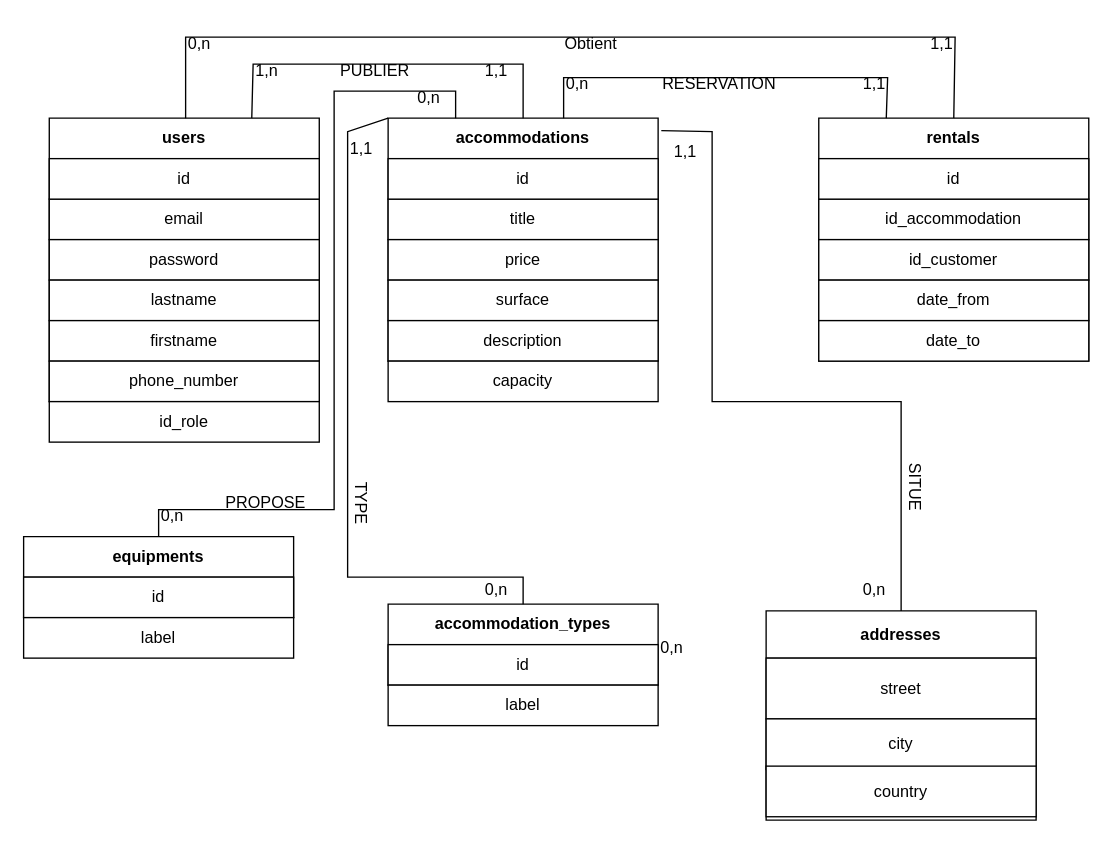
The draw.io diagram 01_Conception/02_MCD/MCD.drawio in TomGld/tp-Airbnb, before the edit. Source tidied: cells renumbered, new cells numbered last; positions are measured from the earlier drawing's top-left corner, leaving out a move shared by most shapes. Both pictures are drawn from the tidied source at 135%, with x=0, y=0 at pixel (23, 23).
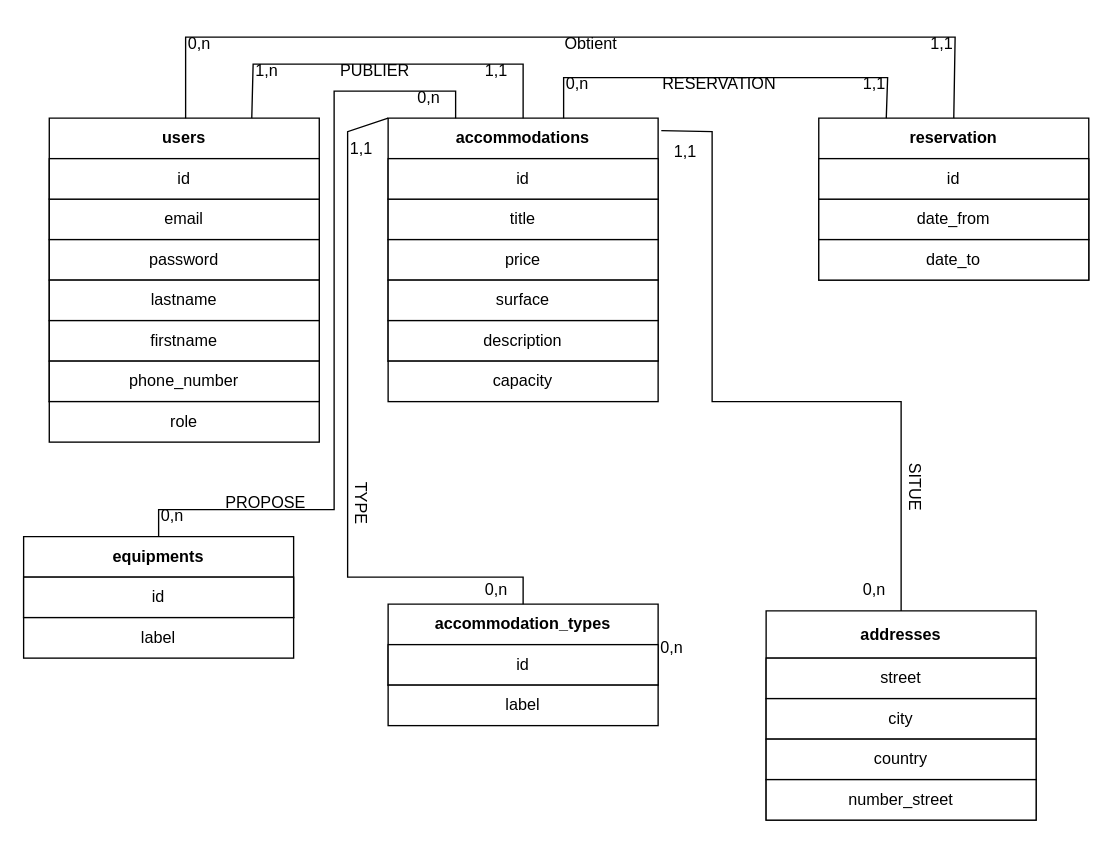
Above is the later version.

Unchanged cells that the change refers to:
```xml
<mxCell id="2" value="users" style="swimlane;whiteSpace=wrap;html=1;startSize=30;" parent="1" vertex="1">
  <mxGeometry x="19" y="70" width="200" height="210" as="geometry" />
</mxCell>
<mxCell id="27" value="addresses" style="swimlane;whiteSpace=wrap;html=1;startSize=35;" parent="1" vertex="1">
  <mxGeometry x="550" y="435" width="200" height="155" as="geometry" />
</mxCell>
```

Change to the diagram source:
```diff
@@
-    <mxCell id="8" value="id_role" style="whiteSpace=wrap;html=1;gradientColor=none;" parent="2" vertex="1">
+    <mxCell id="8" value="role" style="whiteSpace=wrap;html=1;gradientColor=none;" parent="2" vertex="1">
       <mxGeometry y="210" width="200" height="30" as="geometry" />
     </mxCell>
@@
-    <mxCell id="17" value="rentals" style="swimlane;whiteSpace=wrap;html=1;startSize=30;" parent="1" vertex="1">
-      <mxGeometry x="589" y="70" width="200" height="180" as="geometry" />
+    <mxCell id="17" value="reservation" style="swimlane;whiteSpace=wrap;html=1;startSize=30;" parent="1" vertex="1">
+      <mxGeometry x="589" y="70" width="200" height="120" as="geometry" />
     </mxCell>
-    <mxCell id="18" value="id_accommodation" style="whiteSpace=wrap;html=1;gradientColor=none;" parent="17" vertex="1">
-      <mxGeometry y="60" width="200" height="30" as="geometry" />
-    </mxCell>
-    <mxCell id="19" value="id_customer" style="whiteSpace=wrap;html=1;gradientColor=none;" parent="17" vertex="1">
-      <mxGeometry y="90" width="200" height="30" as="geometry" />
-    </mxCell>
     <mxCell id="20" value="date_from" style="whiteSpace=wrap;html=1;gradientColor=none;" parent="17" vertex="1">
-      <mxGeometry y="120" width="200" height="30" as="geometry" />
+      <mxGeometry y="60" width="200" height="30" as="geometry" />
     </mxCell>
     <mxCell id="21" value="date_to" style="whiteSpace=wrap;html=1;gradientColor=none;" parent="17" vertex="1">
-      <mxGeometry y="150" width="200" height="30" as="geometry" />
+      <mxGeometry y="90" width="200" height="30" as="geometry" />
     </mxCell>
@@
     <mxCell id="28" value="&lt;div&gt;street&lt;/div&gt;" style="whiteSpace=wrap;html=1;gradientColor=none;" parent="27" vertex="1">
-      <mxGeometry y="35" width="200" height="45" as="geometry" />
+      <mxGeometry y="35" width="200" height="30" as="geometry" />
     </mxCell>
     <mxCell id="29" value="&lt;div&gt;city&lt;/div&gt;" style="whiteSpace=wrap;html=1;gradientColor=none;" parent="27" vertex="1">
-      <mxGeometry y="80" width="200" height="37.5" as="geometry" />
+      <mxGeometry y="65" width="200" height="30" as="geometry" />
     </mxCell>
+    <mxCell id="57" value="&lt;div&gt;country&lt;/div&gt;" style="whiteSpace=wrap;html=1;gradientColor=none;" parent="27" vertex="1">
+      <mxGeometry y="95" width="200" height="30" as="geometry" />
+    </mxCell>
+    <mxCell id="58" value="&lt;div&gt;number_street&lt;/div&gt;" style="whiteSpace=wrap;html=1;gradientColor=none;" parent="27" vertex="1">
+      <mxGeometry y="125" width="200" height="30" as="geometry" />
+    </mxCell>
@@
-    <mxCell id="57" value="&lt;div&gt;country&lt;/div&gt;" style="whiteSpace=wrap;html=1;gradientColor=none;" parent="1" vertex="1">
-      <mxGeometry x="550" y="550" width="200" height="37.5" as="geometry" />
-    </mxCell>
```
